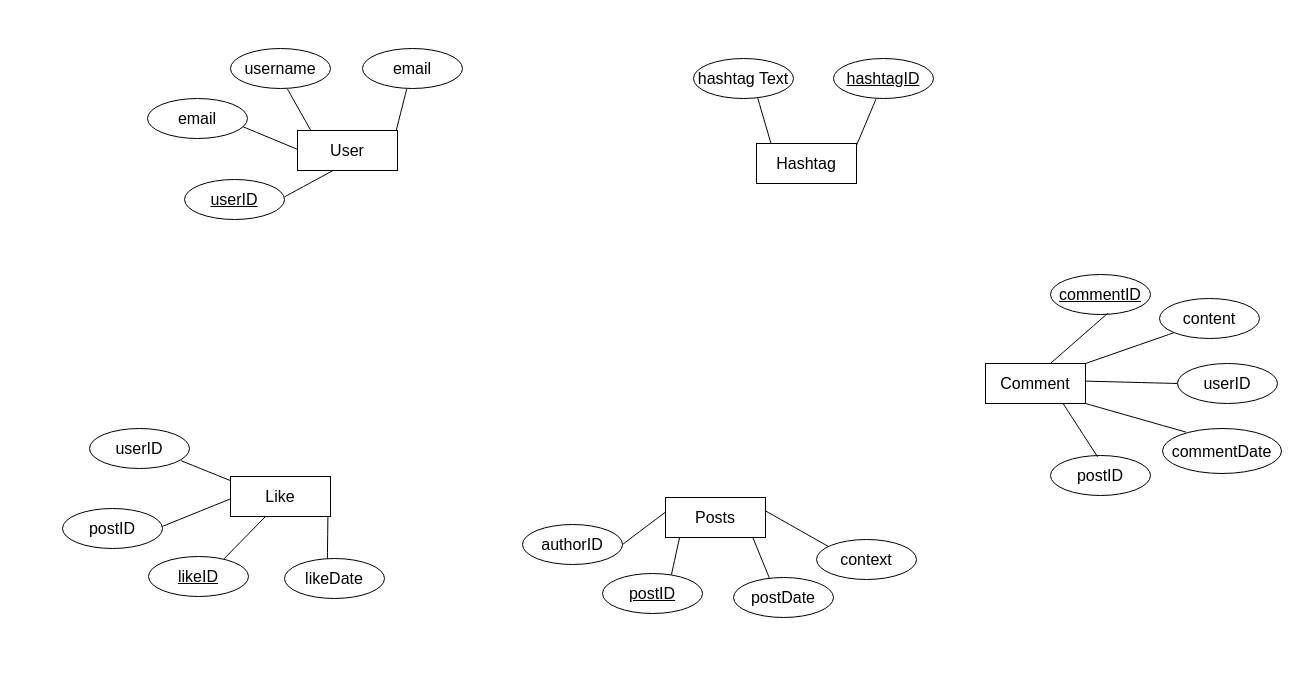
niconicoo0w0/SPUR_DenoiseASL keeps this draw.io diagram as Untitled Diagram.drawio. Above is the earlier version. Source tidied: cells renumbered, new cells numbered last; positions are measured from the earlier drawing's top-left corner, leaving out a move shared by most shapes. Both pictures are drawn from the tidied source at 100%, with x=0, y=0 at pixel (62, 48).
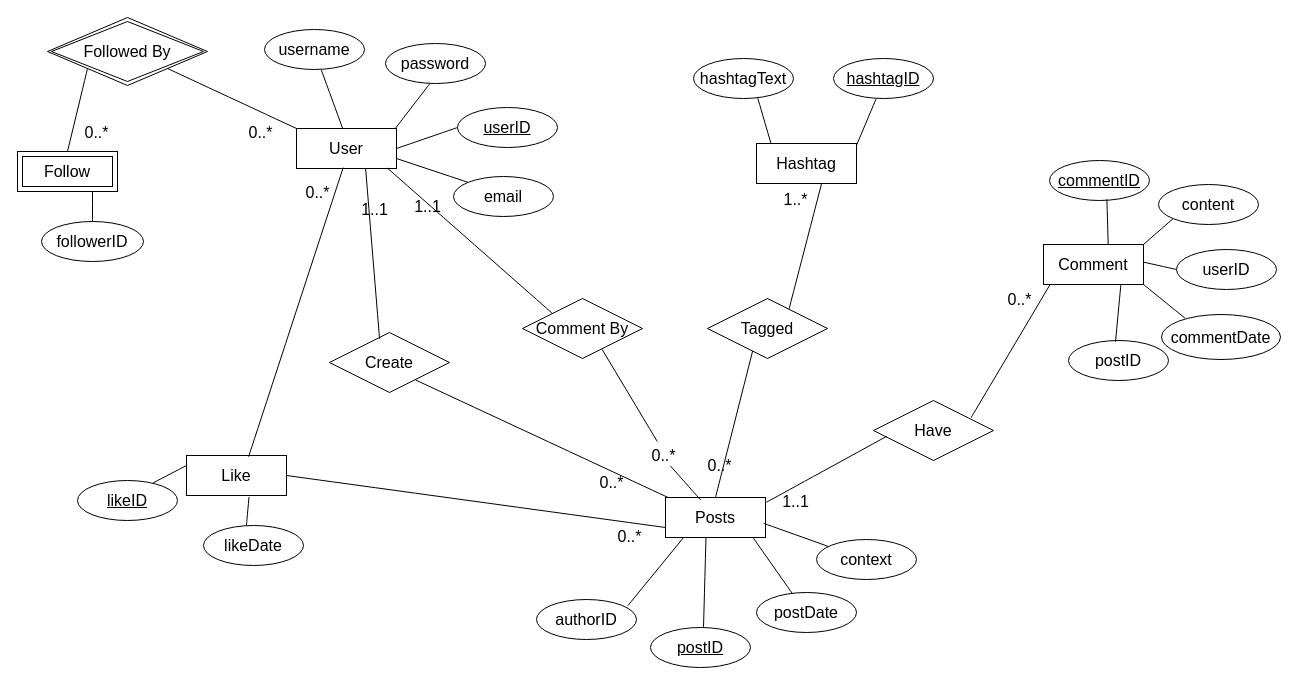
The same page after the edit.

The change refers to these unchanged cells:
```xml
<mxCell id="4" value="Hashtag" style="whiteSpace=wrap;html=1;align=center;fontSize=16;" parent="1" vertex="1">
  <mxGeometry x="694" y="95" width="100" height="40" as="geometry" />
</mxCell>
<mxCell id="6" value="Posts" style="whiteSpace=wrap;html=1;align=center;fontSize=16;" parent="1" vertex="1">
  <mxGeometry x="603" y="449" width="100" height="40" as="geometry" />
</mxCell>
<mxCell id="35" value="context" style="ellipse;whiteSpace=wrap;html=1;align=center;fontSize=16;" parent="1" vertex="1">
  <mxGeometry x="754" y="491" width="100" height="40" as="geometry" />
</mxCell>
```

What changed in the source:
```diff
@@
     <mxCell id="3" value="User" style="whiteSpace=wrap;html=1;align=center;fontSize=16;" parent="1" vertex="1">
-      <mxGeometry x="235" y="82" width="100" height="40" as="geometry" />
+      <mxGeometry x="234" y="80" width="100" height="40" as="geometry" />
     </mxCell>
@@
     <mxCell id="5" value="Comment" style="whiteSpace=wrap;html=1;align=center;fontSize=16;" parent="1" vertex="1">
-      <mxGeometry x="923" y="315" width="100" height="40" as="geometry" />
+      <mxGeometry x="981" y="196" width="100" height="40" as="geometry" />
     </mxCell>
@@
-    <mxCell id="7" style="endArrow=none;html=1;rounded=0;fontSize=12;startSize=8;endSize=8;curved=1;exitX=0.567;exitY=1.003;exitDx=0;exitDy=0;exitPerimeter=0;entryX=0.133;entryY=-0.001;entryDx=0;entryDy=0;entryPerimeter=0;" parent="1" edge="1" source="8" target="3">
+    <mxCell id="7" style="endArrow=none;html=1;rounded=0;fontSize=12;startSize=8;endSize=8;curved=1;exitX=0.567;exitY=1.003;exitDx=0;exitDy=0;exitPerimeter=0;entryX=0.46;entryY=-0.011;entryDx=0;entryDy=0;entryPerimeter=0;" parent="1" edge="1" source="8" target="3">
       <mxGeometry relative="1" as="geometry" />
     </mxCell>
     <mxCell id="8" value="username" style="ellipse;whiteSpace=wrap;html=1;align=center;fontSize=16;" parent="1" vertex="1">
-      <mxGeometry x="168" width="100" height="40" as="geometry" />
+      <mxGeometry x="202" y="-19" width="100" height="40" as="geometry" />
     </mxCell>
@@
-    <mxCell id="10" value="email" style="ellipse;whiteSpace=wrap;html=1;align=center;fontSize=16;" parent="1" vertex="1">
-      <mxGeometry x="300" width="100" height="40" as="geometry" />
+    <mxCell id="10" value="password" style="ellipse;whiteSpace=wrap;html=1;align=center;fontSize=16;" parent="1" vertex="1">
+      <mxGeometry x="323" y="-5" width="100" height="40" as="geometry" />
     </mxCell>
-    <mxCell id="11" style="endArrow=none;html=1;rounded=0;fontSize=12;startSize=8;endSize=8;curved=1;exitX=0.955;exitY=0.706;exitDx=0;exitDy=0;exitPerimeter=0;entryX=-0.004;entryY=0.468;entryDx=0;entryDy=0;entryPerimeter=0;" parent="1" edge="1" source="12" target="3">
+    <mxCell id="11" style="endArrow=none;html=1;rounded=0;fontSize=12;startSize=8;endSize=8;curved=1;exitX=0;exitY=0;exitDx=0;exitDy=0;entryX=1;entryY=0.75;entryDx=0;entryDy=0;" parent="1" edge="1" source="12" target="3">
       <mxGeometry relative="1" as="geometry" />
     </mxCell>
     <mxCell id="12" value="email" style="ellipse;whiteSpace=wrap;html=1;align=center;fontSize=16;" parent="1" vertex="1">
-      <mxGeometry x="85" y="50" width="100" height="40" as="geometry" />
+      <mxGeometry x="391" y="128" width="100" height="40" as="geometry" />
     </mxCell>
     <mxCell id="13" value="userID" style="ellipse;whiteSpace=wrap;html=1;align=center;fontStyle=4;fontSize=16;" parent="1" vertex="1">
-      <mxGeometry x="122" y="131" width="100" height="40" as="geometry" />
+      <mxGeometry x="395" y="59" width="100" height="40" as="geometry" />
     </mxCell>
-    <mxCell id="14" style="endArrow=none;html=1;rounded=0;fontSize=12;startSize=8;endSize=8;curved=1;entryX=0.356;entryY=0.999;entryDx=0;entryDy=0;entryPerimeter=0;exitX=1.002;exitY=0.431;exitDx=0;exitDy=0;exitPerimeter=0;" parent="1" edge="1" source="13" target="3">
+    <mxCell id="14" style="endArrow=none;html=1;rounded=0;fontSize=12;startSize=8;endSize=8;curved=1;entryX=1;entryY=0.5;entryDx=0;entryDy=0;exitX=0;exitY=0.5;exitDx=0;exitDy=0;" parent="1" edge="1" source="13" target="3">
       <mxGeometry relative="1" as="geometry" />
     </mxCell>
@@
-    <mxCell id="18" value="hashtag Text" style="ellipse;whiteSpace=wrap;html=1;align=center;fontSize=16;" parent="1" vertex="1">
+    <mxCell id="18" value="hashtagText" style="ellipse;whiteSpace=wrap;html=1;align=center;fontSize=16;" parent="1" vertex="1">
       <mxGeometry x="631" y="10" width="100" height="40" as="geometry" />
     </mxCell>
     <mxCell id="19" value="Like" style="whiteSpace=wrap;html=1;align=center;fontSize=16;" parent="1" vertex="1">
-      <mxGeometry x="168" y="428" width="100" height="40" as="geometry" />
+      <mxGeometry x="124" y="407" width="100" height="40" as="geometry" />
     </mxCell>
-    <mxCell id="20" style="endArrow=none;html=1;rounded=0;fontSize=12;startSize=8;endSize=8;curved=1;exitX=0.916;exitY=0.805;exitDx=0;exitDy=0;exitPerimeter=0;entryX=-0.004;entryY=0.099;entryDx=0;entryDy=0;entryPerimeter=0;" parent="1" edge="1" source="27" target="19">
-      <mxGeometry relative="1" as="geometry" />
-    </mxCell>
-    <mxCell id="21" value="postID" style="ellipse;whiteSpace=wrap;html=1;align=center;fontSize=16;" parent="1" vertex="1">
-      <mxGeometry y="460" width="100" height="40" as="geometry" />
-    </mxCell>
-    <mxCell id="22" style="endArrow=none;html=1;rounded=0;fontSize=12;startSize=8;endSize=8;curved=1;entryX=0.974;entryY=0.99;entryDx=0;entryDy=0;entryPerimeter=0;exitX=0.429;exitY=0.001;exitDx=0;exitDy=0;exitPerimeter=0;" parent="1" edge="1" source="23" target="19">
+    <mxCell id="22" style="endArrow=none;html=1;rounded=0;fontSize=12;startSize=8;endSize=8;curved=1;entryX=0.625;entryY=1.039;entryDx=0;entryDy=0;entryPerimeter=0;exitX=0.429;exitY=0.001;exitDx=0;exitDy=0;exitPerimeter=0;" parent="1" edge="1" source="23" target="19">
       <mxGeometry relative="1" as="geometry" />
     </mxCell>
     <mxCell id="23" value="likeDate" style="ellipse;whiteSpace=wrap;html=1;align=center;fontSize=16;" parent="1" vertex="1">
-      <mxGeometry x="222" y="510" width="100" height="40" as="geometry" />
+      <mxGeometry x="141" y="477" width="100" height="40" as="geometry" />
     </mxCell>
-    <mxCell id="24" style="endArrow=none;html=1;rounded=0;fontSize=12;startSize=8;endSize=8;curved=1;exitX=0.999;exitY=0.447;exitDx=0;exitDy=0;exitPerimeter=0;entryX=-0.002;entryY=0.561;entryDx=0;entryDy=0;entryPerimeter=0;" parent="1" edge="1" source="21" target="19">
-      <mxGeometry relative="1" as="geometry" />
-    </mxCell>
     <mxCell id="25" value="likeID" style="ellipse;whiteSpace=wrap;html=1;align=center;fontStyle=4;fontSize=16;" parent="1" vertex="1">
-      <mxGeometry x="86" y="508" width="100" height="40" as="geometry" />
+      <mxGeometry x="15" y="432" width="100" height="40" as="geometry" />
     </mxCell>
-    <mxCell id="26" style="endArrow=none;html=1;rounded=0;fontSize=12;startSize=8;endSize=8;curved=1;entryX=0.354;entryY=0.99;entryDx=0;entryDy=0;entryPerimeter=0;exitX=0.754;exitY=0.062;exitDx=0;exitDy=0;exitPerimeter=0;" parent="1" edge="1" source="25" target="19">
+    <mxCell id="26" style="endArrow=none;html=1;rounded=0;fontSize=12;startSize=8;endSize=8;curved=1;entryX=0;entryY=0.25;entryDx=0;entryDy=0;exitX=0.754;exitY=0.062;exitDx=0;exitDy=0;exitPerimeter=0;" parent="1" edge="1" source="25" target="19">
       <mxGeometry relative="1" as="geometry" />
     </mxCell>
-    <mxCell id="27" value="userID" style="ellipse;whiteSpace=wrap;html=1;align=center;fontSize=16;" parent="1" vertex="1">
-      <mxGeometry x="27" y="380" width="100" height="40" as="geometry" />
-    </mxCell>
@@
     <mxCell id="29" value="postDate" style="ellipse;whiteSpace=wrap;html=1;align=center;fontSize=16;" parent="1" vertex="1">
-      <mxGeometry x="671" y="529" width="100" height="40" as="geometry" />
+      <mxGeometry x="694" y="544" width="100" height="40" as="geometry" />
     </mxCell>
-    <mxCell id="30" style="endArrow=none;html=1;rounded=0;fontSize=12;startSize=8;endSize=8;curved=1;entryX=0.142;entryY=0.987;entryDx=0;entryDy=0;entryPerimeter=0;exitX=0.688;exitY=0.047;exitDx=0;exitDy=0;exitPerimeter=0;" parent="1" edge="1" source="31" target="6">
+    <mxCell id="30" style="endArrow=none;html=1;rounded=0;fontSize=12;startSize=8;endSize=8;curved=1;entryX=0.405;entryY=0.994;entryDx=0;entryDy=0;entryPerimeter=0;exitX=0.53;exitY=0;exitDx=0;exitDy=0;exitPerimeter=0;" parent="1" edge="1" source="31" target="6">
       <mxGeometry relative="1" as="geometry" />
     </mxCell>
     <mxCell id="31" value="&lt;u&gt;postID&lt;/u&gt;" style="ellipse;whiteSpace=wrap;html=1;align=center;fontSize=16;" parent="1" vertex="1">
-      <mxGeometry x="540" y="525" width="100" height="40" as="geometry" />
+      <mxGeometry x="588" y="579" width="100" height="40" as="geometry" />
     </mxCell>
-    <mxCell id="32" style="endArrow=none;html=1;rounded=0;fontSize=12;startSize=8;endSize=8;curved=1;exitX=0.993;exitY=0.325;exitDx=0;exitDy=0;exitPerimeter=0;entryX=0.117;entryY=0.172;entryDx=0;entryDy=0;entryPerimeter=0;" parent="1" edge="1" source="6" target="35">
+    <mxCell id="32" style="endArrow=none;html=1;rounded=0;fontSize=12;startSize=8;endSize=8;curved=1;exitX=0.982;exitY=0.647;exitDx=0;exitDy=0;entryX=0.117;entryY=0.172;entryDx=0;entryDy=0;entryPerimeter=0;exitPerimeter=0;" parent="1" edge="1" source="6" target="35">
       <mxGeometry relative="1" as="geometry" />
     </mxCell>
-    <mxCell id="33" style="endArrow=none;html=1;rounded=0;fontSize=12;startSize=8;endSize=8;curved=1;entryX=-0.002;entryY=0.367;entryDx=0;entryDy=0;entryPerimeter=0;exitX=1;exitY=0.5;exitDx=0;exitDy=0;" parent="1" edge="1" source="34" target="6">
+    <mxCell id="33" style="endArrow=none;html=1;rounded=0;fontSize=12;startSize=8;endSize=8;curved=1;entryX=0.186;entryY=0.985;entryDx=0;entryDy=0;entryPerimeter=0;exitX=0.914;exitY=0.152;exitDx=0;exitDy=0;exitPerimeter=0;" parent="1" edge="1" source="34" target="6">
       <mxGeometry relative="1" as="geometry" />
     </mxCell>
     <mxCell id="34" value="authorID" style="ellipse;whiteSpace=wrap;html=1;align=center;fontSize=16;" parent="1" vertex="1">
-      <mxGeometry x="460" y="476" width="100" height="40" as="geometry" />
+      <mxGeometry x="474" y="551" width="100" height="40" as="geometry" />
     </mxCell>
@@
     <mxCell id="37" value="&lt;u&gt;commentID&lt;/u&gt;" style="ellipse;whiteSpace=wrap;html=1;align=center;fontSize=16;" parent="1" vertex="1">
-      <mxGeometry x="988" y="226" width="100" height="40" as="geometry" />
+      <mxGeometry x="987" y="112" width="100" height="40" as="geometry" />
     </mxCell>
@@
     <mxCell id="39" value="commentDate" style="ellipse;whiteSpace=wrap;html=1;align=center;fontSize=16;" parent="1" vertex="1">
-      <mxGeometry x="1100" y="380" width="119" height="45" as="geometry" />
+      <mxGeometry x="1099" y="266" width="119" height="45" as="geometry" />
     </mxCell>
@@
     <mxCell id="41" value="userID" style="ellipse;whiteSpace=wrap;html=1;align=center;fontSize=16;" parent="1" vertex="1">
-      <mxGeometry x="1115" y="315" width="100" height="40" as="geometry" />
+      <mxGeometry x="1114" y="201" width="100" height="40" as="geometry" />
     </mxCell>
     <mxCell id="42" value="content" style="ellipse;whiteSpace=wrap;html=1;align=center;fontSize=16;" parent="1" vertex="1">
-      <mxGeometry x="1097" y="250" width="100" height="40" as="geometry" />
+      <mxGeometry x="1096" y="136" width="100" height="40" as="geometry" />
     </mxCell>
     <mxCell id="43" value="postID" style="ellipse;whiteSpace=wrap;html=1;align=center;fontSize=16;" parent="1" vertex="1">
-      <mxGeometry x="988" y="407" width="100" height="40" as="geometry" />
+      <mxGeometry x="1006" y="292" width="100" height="40" as="geometry" />
     </mxCell>
@@
+    <mxCell id="46" value="Create" style="shape=rhombus;perimeter=rhombusPerimeter;whiteSpace=wrap;html=1;align=center;fontSize=16;" parent="1" vertex="1">
+      <mxGeometry x="267" y="284" width="120" height="60" as="geometry" />
+    </mxCell>
+    <mxCell id="47" style="endArrow=none;html=1;rounded=0;fontSize=12;startSize=8;endSize=8;curved=1;exitX=0.417;exitY=0.102;exitDx=0;exitDy=0;exitPerimeter=0;entryX=0.691;entryY=0.999;entryDx=0;entryDy=0;entryPerimeter=0;" parent="1" edge="1" source="46" target="3">
+      <mxGeometry relative="1" as="geometry" />
+    </mxCell>
+    <mxCell id="48" value="0..*" style="text;html=1;align=center;verticalAlign=middle;strokeColor=none;fillColor=none;fontSize=16;" parent="1" vertex="1">
+      <mxGeometry x="528" y="418" width="42" height="31" as="geometry" />
+    </mxCell>
+    <mxCell id="49" value="Tagged" style="shape=rhombus;perimeter=rhombusPerimeter;whiteSpace=wrap;html=1;align=center;fontSize=16;" parent="1" vertex="1">
+      <mxGeometry x="645" y="250" width="120" height="60" as="geometry" />
+    </mxCell>
+    <mxCell id="50" style="endArrow=none;html=1;rounded=0;fontSize=12;startSize=8;endSize=8;curved=1;exitX=0.5;exitY=0;exitDx=0;exitDy=0;entryX=0.376;entryY=0.877;entryDx=0;entryDy=0;entryPerimeter=0;" parent="1" edge="1" source="6" target="49">
+      <mxGeometry relative="1" as="geometry" />
+    </mxCell>
+    <mxCell id="51" value="1..*" style="text;html=1;align=center;verticalAlign=middle;strokeColor=none;fillColor=none;fontSize=16;" parent="1" vertex="1">
+      <mxGeometry x="712" y="135" width="42" height="31" as="geometry" />
+    </mxCell>
+    <mxCell id="52" value="Have" style="shape=rhombus;perimeter=rhombusPerimeter;whiteSpace=wrap;html=1;align=center;fontSize=16;" parent="1" vertex="1">
+      <mxGeometry x="811" y="352" width="120" height="60" as="geometry" />
+    </mxCell>
+    <mxCell id="53" style="endArrow=none;html=1;rounded=0;fontSize=12;startSize=8;endSize=8;curved=1;exitX=1.01;exitY=0.118;exitDx=0;exitDy=0;entryX=0.112;entryY=0.595;entryDx=0;entryDy=0;entryPerimeter=0;exitPerimeter=0;" parent="1" edge="1" source="6" target="52">
+      <mxGeometry relative="1" as="geometry" />
+    </mxCell>
+    <mxCell id="54" style="endArrow=none;html=1;rounded=0;fontSize=12;startSize=8;endSize=8;curved=1;exitX=0.812;exitY=0.29;exitDx=0;exitDy=0;entryX=0.066;entryY=1.001;entryDx=0;entryDy=0;entryPerimeter=0;exitPerimeter=0;" parent="1" edge="1" source="52" target="5">
+      <mxGeometry relative="1" as="geometry" />
+    </mxCell>
+    <mxCell id="55" style="endArrow=none;html=1;rounded=0;fontSize=12;startSize=8;endSize=8;curved=1;exitX=0.679;exitY=0.18;exitDx=0;exitDy=0;entryX=0.65;entryY=1.01;entryDx=0;entryDy=0;entryPerimeter=0;exitPerimeter=0;" parent="1" edge="1" source="49" target="4">
+      <mxGeometry relative="1" as="geometry" />
+    </mxCell>
+    <mxCell id="56" style="endArrow=none;html=1;rounded=0;fontSize=12;startSize=8;endSize=8;curved=1;entryX=0.718;entryY=0.792;entryDx=0;entryDy=0;entryPerimeter=0;exitX=0.026;exitY=0;exitDx=0;exitDy=0;exitPerimeter=0;" parent="1" edge="1" source="6" target="46">
+      <mxGeometry relative="1" as="geometry" />
+    </mxCell>
+    <mxCell id="57" value="1..1" style="text;html=1;align=center;verticalAlign=middle;strokeColor=none;fillColor=none;fontSize=16;" parent="1" vertex="1">
+      <mxGeometry x="710.5" y="437" width="45" height="31" as="geometry" />
+    </mxCell>
+    <mxCell id="58" value="1..1" style="text;html=1;align=center;verticalAlign=middle;strokeColor=none;fillColor=none;fontSize=16;" parent="1" vertex="1">
+      <mxGeometry x="289" y="145" width="45" height="31" as="geometry" />
+    </mxCell>
+    <mxCell id="59" value="0..*" style="text;html=1;align=center;verticalAlign=middle;strokeColor=none;fillColor=none;fontSize=16;" parent="1" vertex="1">
+      <mxGeometry x="936" y="235" width="42" height="31" as="geometry" />
+    </mxCell>
+    <mxCell id="60" value="0..*" style="text;html=1;align=center;verticalAlign=middle;strokeColor=none;fillColor=none;fontSize=16;" parent="1" vertex="1">
+      <mxGeometry x="636" y="401" width="42" height="31" as="geometry" />
+    </mxCell>
+    <mxCell id="61" style="endArrow=none;html=1;rounded=0;fontSize=12;startSize=8;endSize=8;curved=1;entryX=0.467;entryY=0.977;entryDx=0;entryDy=0;entryPerimeter=0;exitX=0.621;exitY=0.03;exitDx=0;exitDy=0;exitPerimeter=0;" parent="1" edge="1" source="19" target="3">
+      <mxGeometry relative="1" as="geometry" />
+    </mxCell>
+    <mxCell id="62" style="endArrow=none;html=1;rounded=0;fontSize=12;startSize=8;endSize=8;curved=1;entryX=1;entryY=0.5;entryDx=0;entryDy=0;exitX=0;exitY=0.75;exitDx=0;exitDy=0;" parent="1" edge="1" source="6" target="19">
+      <mxGeometry relative="1" as="geometry" />
+    </mxCell>
+    <mxCell id="63" value="0..*" style="text;html=1;align=center;verticalAlign=middle;strokeColor=none;fillColor=none;fontSize=16;" parent="1" vertex="1">
+      <mxGeometry x="546" y="472" width="42" height="31" as="geometry" />
+    </mxCell>
+    <mxCell id="64" value="0..*" style="text;html=1;align=center;verticalAlign=middle;strokeColor=none;fillColor=none;fontSize=16;" parent="1" vertex="1">
+      <mxGeometry x="234" y="128" width="42" height="31" as="geometry" />
+    </mxCell>
+    <mxCell id="65" value="Follow" style="shape=ext;margin=3;double=1;whiteSpace=wrap;html=1;align=center;fontSize=16;" parent="1" vertex="1">
+      <mxGeometry x="-45" y="103" width="100" height="40" as="geometry" />
+    </mxCell>
+    <mxCell id="66" style="endArrow=none;html=1;rounded=0;fontSize=12;startSize=8;endSize=8;curved=1;entryX=0.75;entryY=1;entryDx=0;entryDy=0;exitX=0.5;exitY=0;exitDx=0;exitDy=0;" parent="1" edge="1" source="67" target="65">
+      <mxGeometry relative="1" as="geometry" />
+    </mxCell>
+    <mxCell id="67" value="followerID" style="ellipse;whiteSpace=wrap;html=1;align=center;fontSize=16;" parent="1" vertex="1">
+      <mxGeometry x="-21" y="173" width="102" height="40" as="geometry" />
+    </mxCell>
+    <mxCell id="68" value="Followed By" style="shape=rhombus;double=1;perimeter=rhombusPerimeter;whiteSpace=wrap;html=1;align=center;fontSize=16;" parent="1" vertex="1">
+      <mxGeometry x="-15" y="-31" width="160" height="68" as="geometry" />
+    </mxCell>
+    <mxCell id="69" style="edgeStyle=none;curved=1;rounded=0;orthogonalLoop=1;jettySize=auto;html=1;entryX=0.5;entryY=1;entryDx=0;entryDy=0;fontSize=12;startSize=8;endSize=8;" parent="1" edge="1" source="68" target="68">
+      <mxGeometry relative="1" as="geometry" />
+    </mxCell>
+    <mxCell id="70" style="endArrow=none;html=1;rounded=0;fontSize=12;startSize=8;endSize=8;curved=1;exitX=1;exitY=1;exitDx=0;exitDy=0;entryX=0;entryY=0;entryDx=0;entryDy=0;" parent="1" edge="1" source="68" target="3">
+      <mxGeometry relative="1" as="geometry" />
+    </mxCell>
+    <mxCell id="71" style="endArrow=none;html=1;rounded=0;fontSize=12;startSize=8;endSize=8;curved=1;exitX=0;exitY=1;exitDx=0;exitDy=0;entryX=0.5;entryY=0;entryDx=0;entryDy=0;" parent="1" edge="1" source="68" target="65">
+      <mxGeometry relative="1" as="geometry" />
+    </mxCell>
+    <mxCell id="72" value="0..*" style="text;html=1;align=center;verticalAlign=middle;strokeColor=none;fillColor=none;fontSize=16;" parent="1" vertex="1">
+      <mxGeometry x="13" y="68" width="42" height="31" as="geometry" />
+    </mxCell>
+    <mxCell id="73" value="0..*" style="text;html=1;align=center;verticalAlign=middle;strokeColor=none;fillColor=none;fontSize=16;" parent="1" vertex="1">
+      <mxGeometry x="177" y="68" width="42" height="31" as="geometry" />
+    </mxCell>
+    <mxCell id="74" value="Comment By" style="shape=rhombus;perimeter=rhombusPerimeter;whiteSpace=wrap;html=1;align=center;fontSize=16;" parent="1" vertex="1">
+      <mxGeometry x="460" y="250" width="120" height="60" as="geometry" />
+    </mxCell>
+    <mxCell id="75" value="1..1" style="text;html=1;align=center;verticalAlign=middle;strokeColor=none;fillColor=none;fontSize=16;" parent="1" vertex="1">
+      <mxGeometry x="342" y="142" width="45" height="31" as="geometry" />
+    </mxCell>
+    <mxCell id="76" style="endArrow=none;html=1;rounded=0;fontSize=12;startSize=8;endSize=8;curved=1;exitX=0;exitY=0;exitDx=0;exitDy=0;entryX=0.91;entryY=0.992;entryDx=0;entryDy=0;entryPerimeter=0;" parent="1" edge="1" source="74" target="3">
+      <mxGeometry relative="1" as="geometry" />
+    </mxCell>
+    <mxCell id="77" style="endArrow=none;html=1;rounded=0;fontSize=12;startSize=8;endSize=8;curved=1;entryX=0.664;entryY=0.85;entryDx=0;entryDy=0;entryPerimeter=0;exitX=0.353;exitY=0.067;exitDx=0;exitDy=0;exitPerimeter=0;" parent="1" edge="1" source="79" target="74">
+      <mxGeometry relative="1" as="geometry" />
+    </mxCell>
+    <mxCell id="78" style="endArrow=none;html=1;rounded=0;fontSize=12;startSize=8;endSize=8;curved=1;entryX=0.664;entryY=0.85;entryDx=0;entryDy=0;entryPerimeter=0;exitX=0.353;exitY=0.067;exitDx=0;exitDy=0;exitPerimeter=0;" parent="1" edge="1" source="6" target="79">
+      <mxGeometry relative="1" as="geometry" />
+    </mxCell>
+    <mxCell id="79" value="0..*" style="text;html=1;align=center;verticalAlign=middle;points=[];strokeColor=none;fillColor=none;fontSize=16;" parent="1" vertex="1">
+      <mxGeometry x="580" y="391" width="42" height="31" as="geometry" />
+    </mxCell>
```
